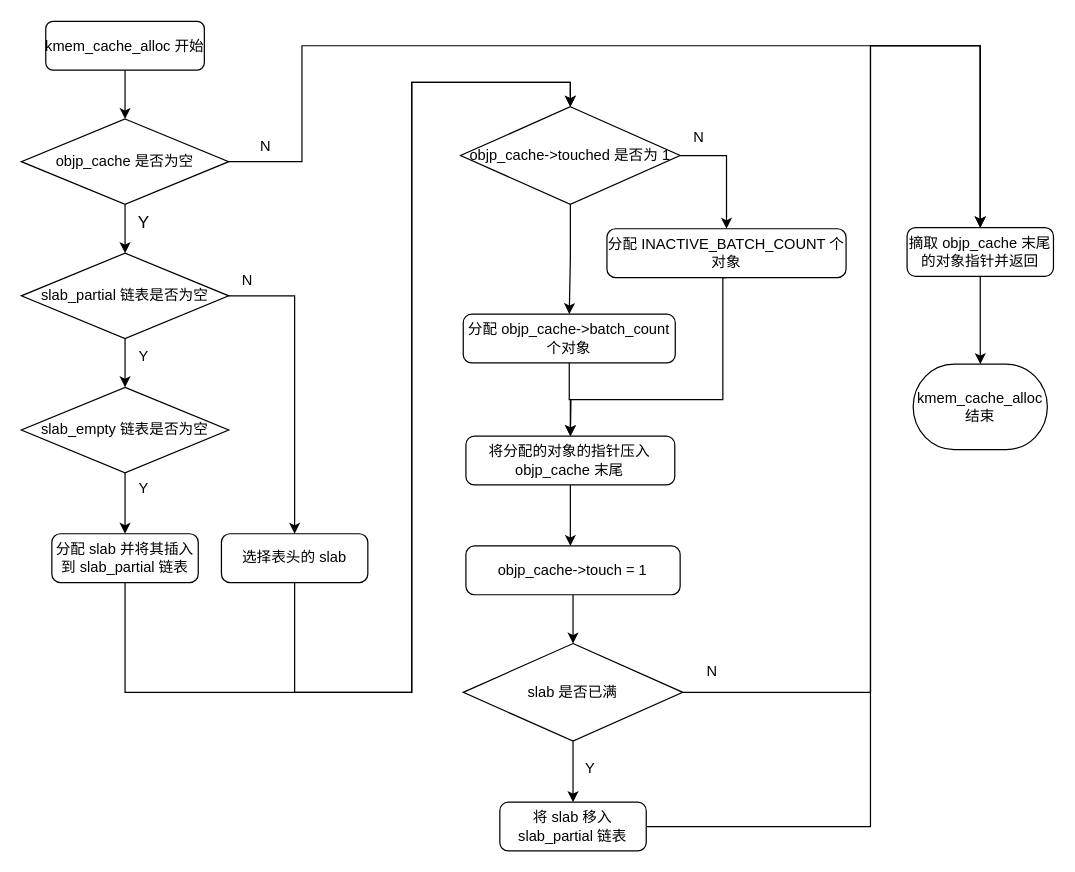
Above: images/alloc-obj-flow-chart.drawio in kongjun18/thesis (draw.io), before the change. Source tidied: cells renumbered, new cells numbered last; positions are measured from the earlier drawing's top-left corner, leaving out a move shared by most shapes. Both pictures are drawn from the tidied source at 122%, with x=0, y=0 at pixel (21, 21).
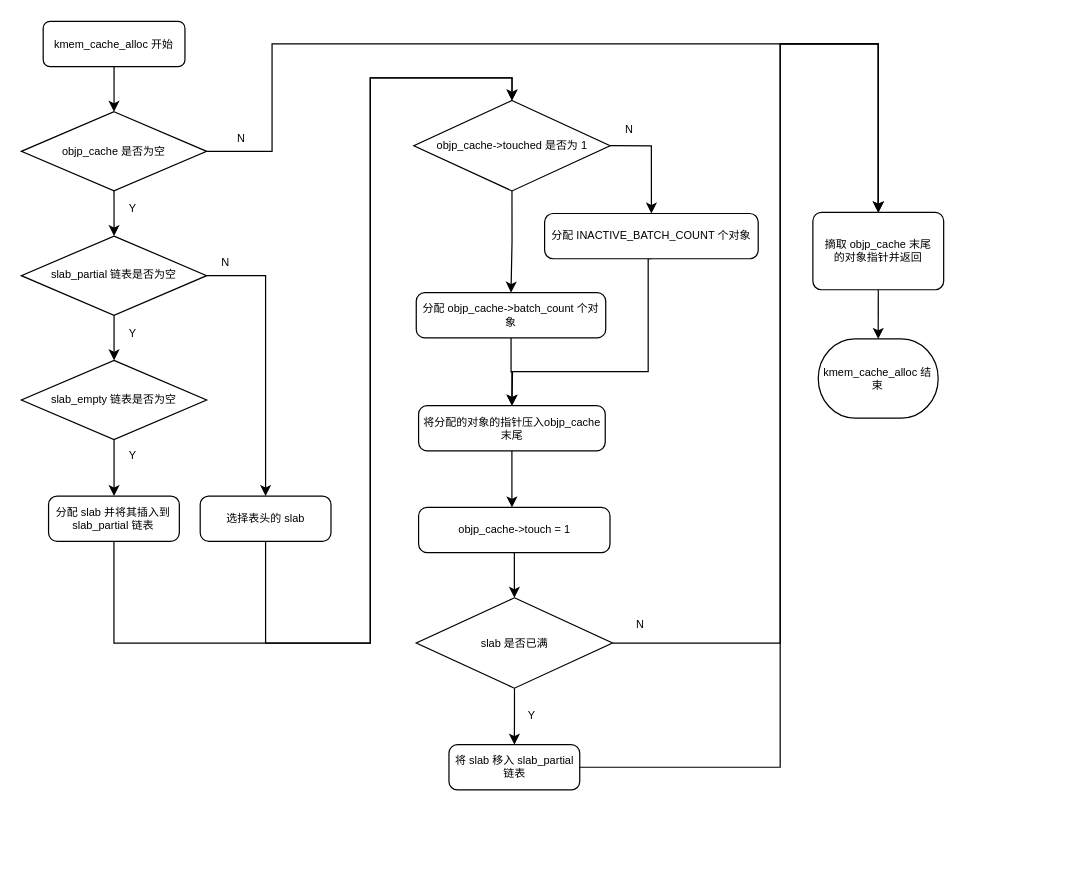
The same diagram, later.

What changed in the source:
```diff
@@
-    <mxCell id="2" value="kmem_cache_alloc 开始" style="rounded=1;labelBackgroundColor=none;fontFamily=宋体;fillColor=default;strokeWidth=1;" parent="1" vertex="1">
-      <mxGeometry x="20" width="130" height="40" as="geometry" />
+    <mxCell id="2" value="kmem_cache_alloc 开始" style="rounded=1;labelBackgroundColor=none;fontFamily=宋体;fillColor=default;strokeWidth=1;fontSize=9;" parent="1" vertex="1">
+      <mxGeometry x="17.9" width="116.2" height="37.1" as="geometry" />
     </mxCell>
-    <mxCell id="3" style="edgeStyle=orthogonalEdgeStyle;rounded=0;jettySize=auto;html=1;exitX=0.5;exitY=1;exitDx=0;exitDy=0;exitPerimeter=0;strokeWidth=1;" parent="1" edge="1" source="4">
+    <mxCell id="3" style="edgeStyle=orthogonalEdgeStyle;rounded=0;jettySize=auto;html=1;exitX=0.5;exitY=1;exitDx=0;exitDy=0;exitPerimeter=0;strokeWidth=1;fontSize=9;" parent="1" edge="1" source="4">
       <mxGeometry relative="1" as="geometry">
-        <mxPoint x="85" y="190" as="targetPoint" />
+        <mxPoint x="76" y="176" as="targetPoint" />
       </mxGeometry>
     </mxCell>
-    <mxCell id="4" value="objp_cache 是否为空" style="strokeWidth=1;html=1;shape=mxgraph.flowchart.decision;whiteSpace=wrap;" parent="1" vertex="1">
-      <mxGeometry y="80" width="170" height="70" as="geometry" />
+    <mxCell id="4" value="objp_cache 是否为空" style="strokeWidth=1;html=1;shape=mxgraph.flowchart.decision;whiteSpace=wrap;fontSize=9;" parent="1" vertex="1">
+      <mxGeometry y="74.1" width="151.9" height="64.9" as="geometry" />
     </mxCell>
-    <mxCell id="5" style="edgeStyle=orthogonalEdgeStyle;rounded=0;jettySize=auto;html=1;exitX=0.5;exitY=1;exitDx=0;exitDy=0;entryX=0.5;entryY=0;entryDx=0;entryDy=0;entryPerimeter=0;strokeWidth=1;" parent="1" edge="1" source="2" target="4">
+    <mxCell id="5" style="edgeStyle=orthogonalEdgeStyle;rounded=0;jettySize=auto;html=1;exitX=0.5;exitY=1;exitDx=0;exitDy=0;entryX=0.5;entryY=0;entryDx=0;entryDy=0;entryPerimeter=0;strokeWidth=1;fontSize=9;" parent="1" edge="1" source="2" target="4">
       <mxGeometry relative="1" as="geometry" />
     </mxCell>
-    <mxCell id="6" value="&lt;font style=&quot;font-size: 14px;&quot;&gt;Y&lt;/font&gt;" style="text;html=1;align=center;verticalAlign=middle;strokeColor=none;fillColor=none;strokeWidth=1;" parent="1" vertex="1">
-      <mxGeometry x="85" y="150" width="30" height="30" as="geometry" />
+    <mxCell id="6" value="&lt;font style=&quot;font-size: 9px;&quot;&gt;Y&lt;/font&gt;" style="text;html=1;align=center;verticalAlign=middle;strokeColor=none;fillColor=none;strokeWidth=1;fontSize=9;" parent="1" vertex="1">
+      <mxGeometry x="76" y="143.6" width="30" height="20" as="geometry" />
     </mxCell>
-    <mxCell id="7" value="摘取 objp_cache 末尾的对象指针并返回" style="rounded=1;whiteSpace=wrap;html=1;absoluteArcSize=1;arcSize=14;strokeWidth=1;" parent="1" vertex="1">
-      <mxGeometry x="726" y="169" width="120" height="40" as="geometry" />
+    <mxCell id="7" value="摘取 objp_cache 末尾&lt;br style=&quot;font-size: 9px;&quot;&gt;的对象指针并返回" style="rounded=1;whiteSpace=wrap;html=1;absoluteArcSize=1;arcSize=14;strokeWidth=1;fontSize=9;" parent="1" vertex="1">
+      <mxGeometry x="648.8" y="156.6" width="107.2" height="63.4" as="geometry" />
     </mxCell>
-    <mxCell id="8" style="edgeStyle=orthogonalEdgeStyle;rounded=0;jettySize=auto;html=1;entryX=0.5;entryY=0;entryDx=0;entryDy=0;strokeWidth=1;" parent="1" edge="1" source="4" target="7">
+    <mxCell id="8" style="edgeStyle=orthogonalEdgeStyle;rounded=0;jettySize=auto;html=1;entryX=0.5;entryY=0;entryDx=0;entryDy=0;strokeWidth=1;fontSize=9;" parent="1" edge="1" source="4" target="7">
       <mxGeometry relative="1" as="geometry">
         <Array as="points">
-          <mxPoint x="230" y="115" />
-          <mxPoint x="230" y="20" />
-          <mxPoint x="786" y="20" />
+          <mxPoint x="205.5" y="106.5" />
+          <mxPoint x="205.5" y="18.5" />
+          <mxPoint x="702.4" y="18.5" />
         </Array>
       </mxGeometry>
     </mxCell>
-    <mxCell id="9" style="edgeStyle=orthogonalEdgeStyle;rounded=0;jettySize=auto;html=1;strokeWidth=1;" parent="1" edge="1" source="10">
+    <mxCell id="9" style="edgeStyle=orthogonalEdgeStyle;rounded=0;jettySize=auto;html=1;strokeWidth=1;fontSize=9;" parent="1" edge="1" source="10">
       <mxGeometry relative="1" as="geometry">
-        <mxPoint x="85" y="300" as="targetPoint" />
+        <mxPoint x="76" y="277.9" as="targetPoint" />
       </mxGeometry>
     </mxCell>
-    <mxCell id="10" value="slab_partial 链表是否为空" style="strokeWidth=1;html=1;shape=mxgraph.flowchart.decision;whiteSpace=wrap;" parent="1" vertex="1">
-      <mxGeometry y="190" width="170" height="70" as="geometry" />
+    <mxCell id="10" value="slab_partial 链表是否为空" style="strokeWidth=1;html=1;shape=mxgraph.flowchart.decision;whiteSpace=wrap;fontSize=9;" parent="1" vertex="1">
+      <mxGeometry y="176" width="151.9" height="64.9" as="geometry" />
     </mxCell>
-    <mxCell id="11" value="Y" style="text;html=1;align=center;verticalAlign=middle;strokeColor=none;fillColor=none;strokeWidth=1;" parent="1" vertex="1">
-      <mxGeometry x="85" y="260" width="30" height="30" as="geometry" />
+    <mxCell id="11" value="Y" style="text;html=1;align=center;verticalAlign=middle;strokeColor=none;fillColor=none;strokeWidth=1;fontSize=9;" parent="1" vertex="1">
+      <mxGeometry x="76" y="245.5" width="30" height="20" as="geometry" />
     </mxCell>
-    <mxCell id="12" value="N" style="text;html=1;align=center;verticalAlign=middle;strokeColor=none;fillColor=none;strokeWidth=1;" parent="1" vertex="1">
-      <mxGeometry x="170" y="198" width="30" height="30" as="geometry" />
+    <mxCell id="12" value="N" style="text;html=1;align=center;verticalAlign=middle;strokeColor=none;fillColor=none;strokeWidth=1;fontSize=9;" parent="1" vertex="1">
+      <mxGeometry x="151.9" y="188.1" width="30" height="20" as="geometry" />
     </mxCell>
-    <mxCell id="13" style="edgeStyle=orthogonalEdgeStyle;rounded=0;jettySize=auto;html=1;strokeWidth=1;" parent="1" edge="1" source="14">
+    <mxCell id="13" style="edgeStyle=orthogonalEdgeStyle;rounded=0;jettySize=auto;html=1;strokeWidth=1;fontSize=9;" parent="1" edge="1" source="14">
       <mxGeometry relative="1" as="geometry">
-        <mxPoint x="85" y="420" as="targetPoint" />
+        <mxPoint x="76" y="389.1" as="targetPoint" />
       </mxGeometry>
     </mxCell>
-    <mxCell id="14" value="slab_empty 链表是否为空" style="strokeWidth=1;html=1;shape=mxgraph.flowchart.decision;whiteSpace=wrap;" parent="1" vertex="1">
-      <mxGeometry y="300" width="170" height="70" as="geometry" />
+    <mxCell id="14" value="slab_empty 链表是否为空" style="strokeWidth=1;html=1;shape=mxgraph.flowchart.decision;whiteSpace=wrap;fontSize=9;" parent="1" vertex="1">
+      <mxGeometry y="277.9" width="151.9" height="64.9" as="geometry" />
     </mxCell>
-    <mxCell id="15" value="Y" style="text;html=1;align=center;verticalAlign=middle;strokeColor=none;fillColor=none;strokeWidth=1;" parent="1" vertex="1">
-      <mxGeometry x="85" y="368" width="30" height="30" as="geometry" />
+    <mxCell id="15" value="Y" style="text;html=1;align=center;verticalAlign=middle;strokeColor=none;fillColor=none;strokeWidth=1;fontSize=9;" parent="1" vertex="1">
+      <mxGeometry x="76" y="345.6" width="30" height="20" as="geometry" />
     </mxCell>
-    <mxCell id="16" value="分配 slab 并将其插入到 slab_partial 链表" style="rounded=1;whiteSpace=wrap;html=1;absoluteArcSize=1;arcSize=14;strokeWidth=1;" parent="1" vertex="1">
-      <mxGeometry x="25" y="420" width="120" height="40" as="geometry" />
+    <mxCell id="16" value="分配 slab 并将其插入到 slab_partial 链表" style="rounded=1;whiteSpace=wrap;html=1;absoluteArcSize=1;arcSize=14;strokeWidth=1;fontSize=9;" parent="1" vertex="1">
+      <mxGeometry x="22.3" y="389.1" width="107.2" height="37.1" as="geometry" />
     </mxCell>
-    <mxCell id="17" value="选择表头的 slab" style="rounded=1;whiteSpace=wrap;html=1;absoluteArcSize=1;arcSize=14;strokeWidth=1;" parent="1" vertex="1">
-      <mxGeometry x="164" y="420" width="120" height="40" as="geometry" />
+    <mxCell id="17" value="选择表头的 slab" style="rounded=1;whiteSpace=wrap;html=1;absoluteArcSize=1;arcSize=14;strokeWidth=1;fontSize=9;" parent="1" vertex="1">
+      <mxGeometry x="146.6" y="389.1" width="107.2" height="37.1" as="geometry" />
     </mxCell>
-    <mxCell id="18" style="edgeStyle=orthogonalEdgeStyle;rounded=0;jettySize=auto;html=1;entryX=0.5;entryY=0;entryDx=0;entryDy=0;strokeWidth=1;" parent="1" edge="1" source="10" target="17">
+    <mxCell id="18" style="edgeStyle=orthogonalEdgeStyle;rounded=0;jettySize=auto;html=1;entryX=0.5;entryY=0;entryDx=0;entryDy=0;strokeWidth=1;fontSize=9;" parent="1" edge="1" source="10" target="17">
       <mxGeometry relative="1" as="geometry">
         <Array as="points">
-          <mxPoint x="224" y="225" />
+          <mxPoint x="200.2" y="208.5" />
         </Array>
       </mxGeometry>
     </mxCell>
-    <mxCell id="19" value="objp_cache-&amp;gt;touched 是否为 1" style="strokeWidth=1;html=1;shape=mxgraph.flowchart.decision;whiteSpace=wrap;" parent="1" vertex="1">
-      <mxGeometry x="360" y="70" width="180" height="80" as="geometry" />
+    <mxCell id="19" value="objp_cache-&amp;gt;touched 是否为 1" style="strokeWidth=1;html=1;shape=mxgraph.flowchart.decision;whiteSpace=wrap;fontSize=9;" parent="1" vertex="1">
+      <mxGeometry x="321.7" y="64.9" width="160.9" height="74.1" as="geometry" />
     </mxCell>
-    <mxCell id="20" style="edgeStyle=orthogonalEdgeStyle;rounded=0;jettySize=auto;html=1;entryX=0.5;entryY=0;entryDx=0;entryDy=0;entryPerimeter=0;strokeWidth=1;" parent="1" edge="1" source="16" target="19">
+    <mxCell id="20" style="edgeStyle=orthogonalEdgeStyle;rounded=0;jettySize=auto;html=1;entryX=0.5;entryY=0;entryDx=0;entryDy=0;entryPerimeter=0;strokeWidth=1;fontSize=9;" parent="1" edge="1" source="16" target="19">
       <mxGeometry relative="1" as="geometry">
         <Array as="points">
-          <mxPoint x="85" y="550" />
-          <mxPoint x="320" y="550" />
-          <mxPoint x="320" y="50" />
-          <mxPoint x="450" y="50" />
+          <mxPoint x="76" y="509.6" />
+          <mxPoint x="286" y="509.6" />
+          <mxPoint x="286" y="46.3" />
+          <mxPoint x="402.1" y="46.3" />
         </Array>
       </mxGeometry>
     </mxCell>
-    <mxCell id="21" style="edgeStyle=orthogonalEdgeStyle;rounded=0;jettySize=auto;html=1;entryX=0.5;entryY=0;entryDx=0;entryDy=0;entryPerimeter=0;strokeWidth=1;" parent="1" edge="1" source="17" target="19">
+    <mxCell id="21" style="edgeStyle=orthogonalEdgeStyle;rounded=0;jettySize=auto;html=1;entryX=0.5;entryY=0;entryDx=0;entryDy=0;entryPerimeter=0;strokeWidth=1;fontSize=9;" parent="1" edge="1" source="17" target="19">
       <mxGeometry relative="1" as="geometry">
         <Array as="points">
-          <mxPoint x="224" y="550" />
-          <mxPoint x="320" y="550" />
-          <mxPoint x="320" y="50" />
-          <mxPoint x="450" y="50" />
+          <mxPoint x="200.2" y="509.6" />
+          <mxPoint x="286" y="509.6" />
+          <mxPoint x="286" y="46.3" />
+          <mxPoint x="402.1" y="46.3" />
         </Array>
       </mxGeometry>
     </mxCell>
-    <mxCell id="22" value="N" style="text;html=1;align=center;verticalAlign=middle;strokeColor=none;fillColor=none;strokeWidth=1;" parent="1" vertex="1">
-      <mxGeometry x="540" y="80" width="30" height="30" as="geometry" />
+    <mxCell id="22" value="N" style="text;html=1;align=center;verticalAlign=middle;strokeColor=none;fillColor=none;strokeWidth=1;fontSize=9;" parent="1" vertex="1">
+      <mxGeometry x="482.6" y="78.8" width="30" height="20" as="geometry" />
     </mxCell>
-    <mxCell id="23" style="edgeStyle=orthogonalEdgeStyle;rounded=0;jettySize=auto;html=1;strokeWidth=1;" parent="1" edge="1" source="24">
+    <mxCell id="23" style="edgeStyle=orthogonalEdgeStyle;rounded=0;jettySize=auto;html=1;strokeWidth=1;fontSize=9;" parent="1" edge="1" source="24">
       <mxGeometry relative="1" as="geometry">
-        <mxPoint x="450" y="340" as="targetPoint" />
+        <mxPoint x="402.1" y="315" as="targetPoint" />
       </mxGeometry>
     </mxCell>
-    <mxCell id="24" value="分配 objp_cache-&amp;gt;batch_count 个对象" style="rounded=1;whiteSpace=wrap;html=1;absoluteArcSize=1;arcSize=14;strokeWidth=1;" parent="1" vertex="1">
-      <mxGeometry x="362.2" y="240" width="173.8" height="40" as="geometry" />
+    <mxCell id="24" value="分配 objp_cache-&amp;gt;batch_count 个对象" style="rounded=1;whiteSpace=wrap;html=1;absoluteArcSize=1;arcSize=14;strokeWidth=1;fontSize=9;" parent="1" vertex="1">
+      <mxGeometry x="323.7" y="222.4" width="155.3" height="37.1" as="geometry" />
     </mxCell>
-    <mxCell id="25" style="edgeStyle=orthogonalEdgeStyle;rounded=0;jettySize=auto;html=1;exitX=0.5;exitY=1;exitDx=0;exitDy=0;exitPerimeter=0;entryX=0.5;entryY=0;entryDx=0;entryDy=0;strokeWidth=1;" parent="1" edge="1" source="19" target="24">
+    <mxCell id="25" style="edgeStyle=orthogonalEdgeStyle;rounded=0;jettySize=auto;html=1;exitX=0.5;exitY=1;exitDx=0;exitDy=0;exitPerimeter=0;entryX=0.5;entryY=0;entryDx=0;entryDy=0;strokeWidth=1;fontSize=9;" parent="1" edge="1" source="19" target="24">
       <mxGeometry relative="1" as="geometry" />
     </mxCell>
-    <mxCell id="26" style="edgeStyle=orthogonalEdgeStyle;rounded=0;jettySize=auto;html=1;strokeWidth=1;" parent="1" edge="1" source="27">
+    <mxCell id="26" style="edgeStyle=orthogonalEdgeStyle;rounded=0;jettySize=auto;html=1;strokeWidth=1;fontSize=9;" parent="1" edge="1" source="27">
       <mxGeometry relative="1" as="geometry">
-        <mxPoint x="450" y="430" as="targetPoint" />
+        <mxPoint x="402.1" y="398.4" as="targetPoint" />
       </mxGeometry>
     </mxCell>
-    <mxCell id="27" value="将分配的对象的指针压入objp_cache 末尾" style="rounded=1;whiteSpace=wrap;html=1;absoluteArcSize=1;arcSize=14;strokeWidth=1;" parent="1" vertex="1">
-      <mxGeometry x="364.4" y="340" width="171.2" height="40" as="geometry" />
+    <mxCell id="27" value="将分配的对象的指针压入objp_cache 末尾" style="rounded=1;whiteSpace=wrap;html=1;absoluteArcSize=1;arcSize=14;strokeWidth=1;fontSize=9;" parent="1" vertex="1">
+      <mxGeometry x="325.6" y="315" width="153" height="37.1" as="geometry" />
     </mxCell>
-    <mxCell id="28" style="edgeStyle=orthogonalEdgeStyle;rounded=0;jettySize=auto;html=1;exitX=0.5;exitY=1;exitDx=0;exitDy=0;entryX=0.5;entryY=0;entryDx=0;entryDy=0;" parent="1" edge="1" source="29" target="27">
+    <mxCell id="28" style="edgeStyle=orthogonalEdgeStyle;rounded=0;jettySize=auto;html=1;exitX=0.5;exitY=1;exitDx=0;exitDy=0;entryX=0.5;entryY=0;entryDx=0;entryDy=0;fontSize=9;" parent="1" edge="1" source="29" target="27">
       <mxGeometry relative="1" as="geometry">
         <Array as="points">
-          <mxPoint x="575" y="310" />
-          <mxPoint x="450" y="310" />
+          <mxPoint x="513.8" y="287.2" />
+          <mxPoint x="402.1" y="287.2" />
         </Array>
       </mxGeometry>
     </mxCell>
-    <mxCell id="29" value="分配 INACTIVE_BATCH_COUNT 个对象" style="rounded=1;whiteSpace=wrap;html=1;absoluteArcSize=1;arcSize=14;strokeWidth=1;" parent="1" vertex="1">
-      <mxGeometry x="480" y="170" width="196" height="40" as="geometry" />
+    <mxCell id="29" value="分配 INACTIVE_BATCH_COUNT 个对象" style="rounded=1;whiteSpace=wrap;html=1;absoluteArcSize=1;arcSize=14;strokeWidth=1;fontSize=9;" parent="1" vertex="1">
+      <mxGeometry x="428.9" y="157.5" width="175.1" height="37.1" as="geometry" />
     </mxCell>
-    <mxCell id="30" style="edgeStyle=orthogonalEdgeStyle;rounded=0;jettySize=auto;html=1;exitX=1;exitY=0.5;exitDx=0;exitDy=0;exitPerimeter=0;entryX=0.5;entryY=0;entryDx=0;entryDy=0;" parent="1" edge="1" source="19" target="29">
+    <mxCell id="30" style="edgeStyle=orthogonalEdgeStyle;rounded=0;jettySize=auto;html=1;exitX=1;exitY=0.5;exitDx=0;exitDy=0;exitPerimeter=0;entryX=0.5;entryY=0;entryDx=0;entryDy=0;fontSize=9;" parent="1" edge="1" source="19" target="29">
       <mxGeometry relative="1" as="geometry" />
     </mxCell>
-    <mxCell id="31" style="edgeStyle=orthogonalEdgeStyle;rounded=0;jettySize=auto;html=1;entryX=0.5;entryY=0;entryDx=0;entryDy=0;entryPerimeter=0;" parent="1" edge="1" source="32" target="38">
-      <mxGeometry relative="1" as="geometry" />
-    </mxCell>
-    <mxCell id="32" value="objp_cache-&amp;gt;touch = 1" style="rounded=1;whiteSpace=wrap;html=1;absoluteArcSize=1;arcSize=14;strokeWidth=1;" parent="1" vertex="1">
-      <mxGeometry x="364.4" y="430" width="175.6" height="40" as="geometry" />
+    <mxCell id="32" value="objp_cache-&amp;gt;touch = 1" style="rounded=1;whiteSpace=wrap;html=1;absoluteArcSize=1;arcSize=14;strokeWidth=1;fontSize=9;" parent="1" vertex="1">
+      <mxGeometry x="325.6" y="398.4" width="156.9" height="37.1" as="geometry" />
     </mxCell>
-    <mxCell id="33" value="N" style="text;html=1;align=center;verticalAlign=middle;strokeColor=none;fillColor=none;strokeWidth=1;" parent="1" vertex="1">
-      <mxGeometry x="185" y="88" width="30" height="30" as="geometry" />
+    <mxCell id="33" value="N" style="text;html=1;align=center;verticalAlign=middle;strokeColor=none;fillColor=none;strokeWidth=1;fontSize=9;" parent="1" vertex="1">
+      <mxGeometry x="165.3" y="86.2" width="30" height="20" as="geometry" />
     </mxCell>
-    <mxCell id="34" value="kmem_cache_alloc 结束" style="strokeWidth=1;html=1;shape=mxgraph.flowchart.terminator;whiteSpace=wrap;" parent="1" vertex="1">
-      <mxGeometry x="731" y="281" width="110" height="70" as="geometry" />
+    <mxCell id="34" value="kmem_cache_alloc 结束" style="strokeWidth=1;html=1;shape=mxgraph.flowchart.terminator;whiteSpace=wrap;fontSize=9;" parent="1" vertex="1">
+      <mxGeometry x="653.2" y="260.3" width="98.3" height="64.9" as="geometry" />
     </mxCell>
-    <mxCell id="35" style="edgeStyle=orthogonalEdgeStyle;rounded=0;jettySize=auto;html=1;exitX=0.5;exitY=1;exitDx=0;exitDy=0;entryX=0.5;entryY=0;entryDx=0;entryDy=0;entryPerimeter=0;strokeWidth=1;" parent="1" edge="1" source="7" target="34">
+    <mxCell id="35" style="edgeStyle=orthogonalEdgeStyle;rounded=0;jettySize=auto;html=1;exitX=0.5;exitY=1;exitDx=0;exitDy=0;entryX=0.5;entryY=0;entryDx=0;entryDy=0;entryPerimeter=0;strokeWidth=1;fontSize=9;" parent="1" edge="1" source="7" target="34">
       <mxGeometry relative="1" as="geometry" />
     </mxCell>
-    <mxCell id="36" style="edgeStyle=orthogonalEdgeStyle;rounded=0;jettySize=auto;html=1;entryX=0.5;entryY=0;entryDx=0;entryDy=0;" parent="1" edge="1" source="38" target="7">
+    <mxCell id="36" style="edgeStyle=orthogonalEdgeStyle;rounded=0;jettySize=auto;html=1;entryX=0.5;entryY=0;entryDx=0;entryDy=0;fontSize=9;" parent="1" edge="1" source="38" target="7">
       <mxGeometry relative="1" as="geometry">
         <Array as="points">
-          <mxPoint x="696" y="550" />
-          <mxPoint x="696" y="20" />
-          <mxPoint x="786" y="20" />
+          <mxPoint x="622" y="509.6" />
+          <mxPoint x="622" y="18.5" />
+          <mxPoint x="702.4" y="18.5" />
         </Array>
       </mxGeometry>
     </mxCell>
-    <mxCell id="37" style="edgeStyle=orthogonalEdgeStyle;rounded=0;jettySize=auto;html=1;entryX=0.5;entryY=0;entryDx=0;entryDy=0;" parent="1" edge="1" source="38" target="42">
-      <mxGeometry relative="1" as="geometry" />
-    </mxCell>
-    <mxCell id="38" value="slab 是否已满" style="strokeWidth=1;html=1;shape=mxgraph.flowchart.decision;whiteSpace=wrap;" parent="1" vertex="1">
-      <mxGeometry x="362.2" y="510" width="180" height="80" as="geometry" />
+    <mxCell id="38" value="slab 是否已满" style="strokeWidth=1;html=1;shape=mxgraph.flowchart.decision;whiteSpace=wrap;fontSize=9;" parent="1" vertex="1">
+      <mxGeometry x="323.7" y="472.5" width="160.9" height="74.1" as="geometry" />
     </mxCell>
+    <mxCell id="31" style="edgeStyle=orthogonalEdgeStyle;rounded=0;jettySize=auto;html=1;entryX=0.5;entryY=0;entryDx=0;entryDy=0;entryPerimeter=0;fontSize=9;" parent="1" edge="1" source="32" target="38">
+      <mxGeometry relative="1" as="geometry" />
+    </mxCell>
-    <mxCell id="39" value="N" style="text;html=1;align=center;verticalAlign=middle;strokeColor=none;fillColor=none;" parent="1" vertex="1">
-      <mxGeometry x="551" y="518" width="30" height="30" as="geometry" />
+    <mxCell id="39" value="N" style="text;html=1;align=center;verticalAlign=middle;strokeColor=none;fillColor=none;fontSize=9;" parent="1" vertex="1">
+      <mxGeometry x="492.4" y="484.5" width="30" height="20" as="geometry" />
     </mxCell>
-    <mxCell id="40" value="Y" style="text;html=1;align=center;verticalAlign=middle;strokeColor=none;fillColor=none;" parent="1" vertex="1">
-      <mxGeometry x="451" y="598" width="30" height="30" as="geometry" />
+    <mxCell id="40" value="Y" style="text;html=1;align=center;verticalAlign=middle;strokeColor=none;fillColor=none;fontSize=9;" parent="1" vertex="1">
+      <mxGeometry x="403" y="558.7" width="30" height="20" as="geometry" />
     </mxCell>
-    <mxCell id="41" style="edgeStyle=orthogonalEdgeStyle;rounded=0;jettySize=auto;html=1;entryX=0.5;entryY=0;entryDx=0;entryDy=0;" parent="1" edge="1" source="42" target="7">
+    <mxCell id="41" style="edgeStyle=orthogonalEdgeStyle;rounded=0;jettySize=auto;html=1;entryX=0.5;entryY=0;entryDx=0;entryDy=0;fontSize=9;" parent="1" edge="1" source="42" target="7">
       <mxGeometry relative="1" as="geometry">
         <Array as="points">
-          <mxPoint x="696" y="660" />
-          <mxPoint x="696" y="20" />
-          <mxPoint x="786" y="20" />
+          <mxPoint x="622" y="611.5" />
+          <mxPoint x="622" y="18.5" />
+          <mxPoint x="702.4" y="18.5" />
         </Array>
       </mxGeometry>
     </mxCell>
-    <mxCell id="42" value="将 slab 移入 slab_partial 链表" style="rounded=1;whiteSpace=wrap;html=1;absoluteArcSize=1;arcSize=14;strokeWidth=1;" parent="1" vertex="1">
-      <mxGeometry x="392.2" y="640" width="120" height="40" as="geometry" />
+    <mxCell id="42" value="将 slab 移入 slab_partial 链表" style="rounded=1;whiteSpace=wrap;html=1;absoluteArcSize=1;arcSize=14;strokeWidth=1;fontSize=9;" parent="1" vertex="1">
+      <mxGeometry x="350.5" y="592.9" width="107.2" height="37.1" as="geometry" />
     </mxCell>
+    <mxCell id="37" style="edgeStyle=orthogonalEdgeStyle;rounded=0;jettySize=auto;html=1;entryX=0.5;entryY=0;entryDx=0;entryDy=0;fontSize=9;" parent="1" edge="1" source="38" target="42">
+      <mxGeometry relative="1" as="geometry" />
+    </mxCell>
```
